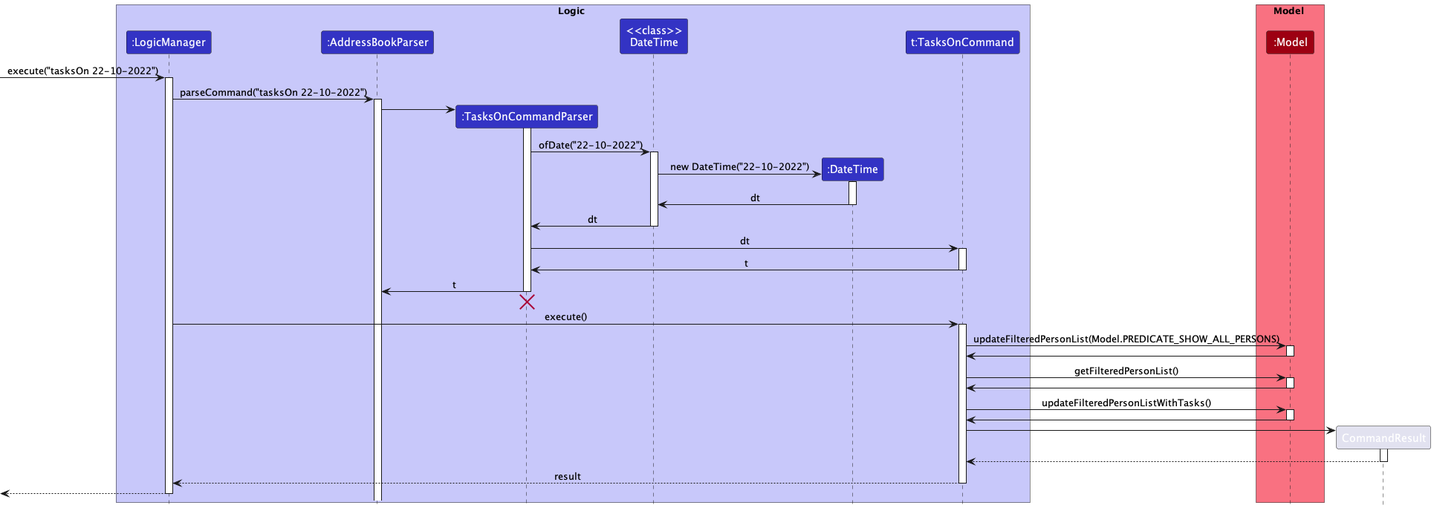
Before: docs/images/TasksOnSequenceDiagram.png, a diagram exported from PlantUML (nus-cs2103-AY2223S1/tp).
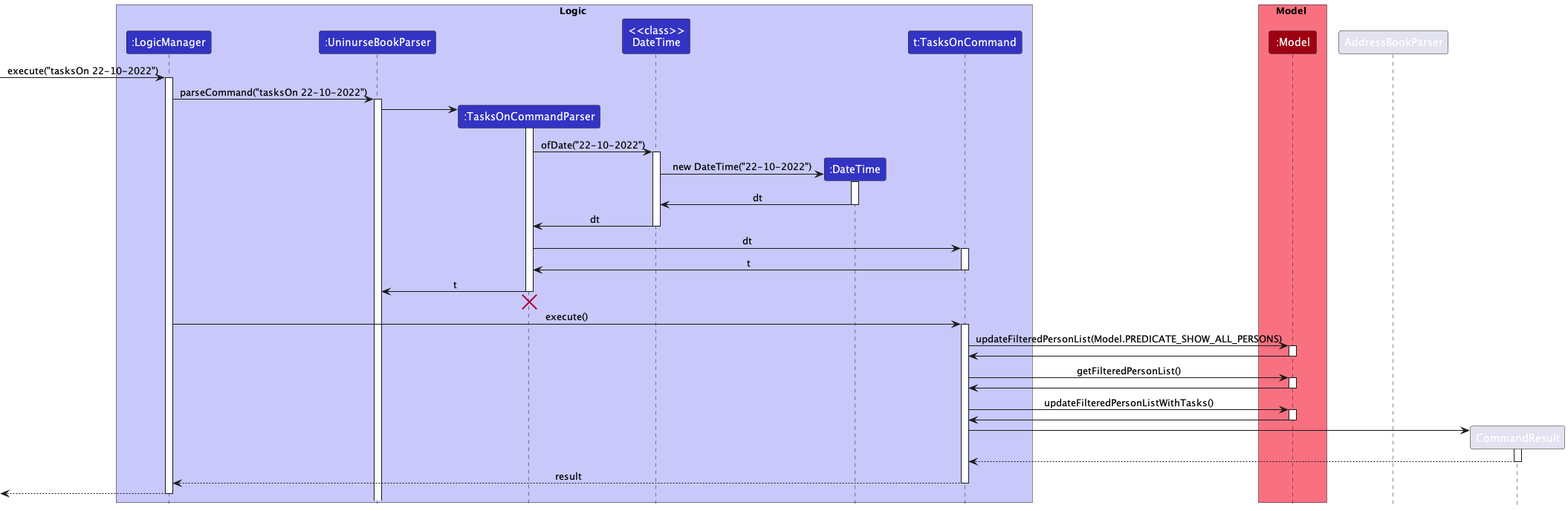
The same file after the commit.

Commit message:
Update TasksOn sequence diagram with UninurseBookParser instead of AddressBookParse and other minor changes

Diff of the diagram source:
```diff
@@ -3,7 +3,7 @@
 
 box Logic LOGIC_COLOR_T1
 participant ":LogicManager" as LogicManager LOGIC_COLOR
-participant ":AddressBookParser" as AddressBookParser LOGIC_COLOR
+participant ":UninurseBookParser" as UninurseBookParser LOGIC_COLOR
 participant ":TasksOnCommandParser" as TasksOnCommandParser LOGIC_COLOR
 participant "<<class>>\nDateTime" as DateTimeClass LOGIC_COLOR
 participant ":DateTime" as DateTime LOGIC_COLOR
@@ -17,11 +17,11 @@
 [-> LogicManager : execute("tasksOn 22-10-2022")
 activate LogicManager
 
-LogicManager -> AddressBookParser : parseCommand("tasksOn 22-10-2022")
-activate AddressBookParser
+LogicManager -> UninurseBookParser : parseCommand("tasksOn 22-10-2022")
+activate UninurseBookParser
 
 create TasksOnCommandParser
-AddressBookParser -> TasksOnCommandParser
+UninurseBookParser -> TasksOnCommandParser
 activate TasksOnCommandParser
 
 TasksOnCommandParser -> DateTimeClass : ofDate("22-10-2022")
@@ -43,7 +43,7 @@
 TasksOnCommand -> TasksOnCommandParser : t
 deactivate TasksOnCommand
 
-TasksOnCommandParser -> AddressBookParser : t
+TasksOnCommandParser -> UninurseBookParser : t
 deactivate TasksOnCommandParser
 TasksOnCommandParser -[hidden]-> AddressBookParser
 destroy TasksOnCommandParser
```
